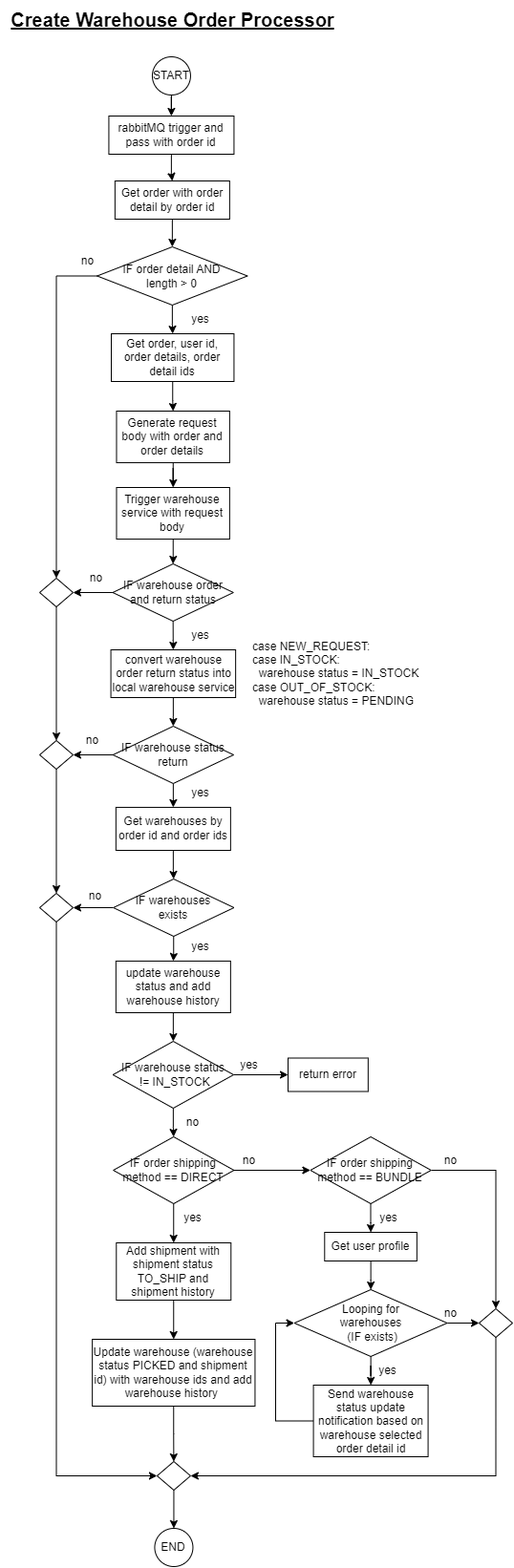
eryanyao/8excite-transition-main keeps this draw.io diagram as batch-service/images/8excite-batch-service - createWasehouseOrderProcessor.drawio.png. Above is the earlier version. Source tidied: cells renumbered, new cells last; positions are measured from the earlier drawing's top-left corner, leaving out a move shared by most shapes. Source of this version:
```xml
<mxGraphModel>
  <root>
    <mxCell id="0" />
    <mxCell id="1" parent="0" />
    <mxCell id="2" value="Create Warehouse Order Processor" style="text;html=1;align=center;verticalAlign=middle;strokeColor=none;fillColor=none;fontStyle=5;fontSize=20;" parent="1" vertex="1">
      <mxGeometry x="-0.1" width="360" height="40" as="geometry" />
    </mxCell>
    <mxCell id="3" style="edgeStyle=orthogonalEdgeStyle;rounded=0;jettySize=auto;html=1;entryX=0.5;entryY=0;entryDx=0;entryDy=0;" parent="1" edge="1" source="4" target="8">
      <mxGeometry relative="1" as="geometry" />
    </mxCell>
    <mxCell id="4" value="rabbitMQ trigger and pass with order id" style="rounded=0;whiteSpace=wrap;html=1;" parent="1" vertex="1">
      <mxGeometry x="113.4" y="121" width="131" height="40" as="geometry" />
    </mxCell>
    <mxCell id="5" style="edgeStyle=orthogonalEdgeStyle;rounded=0;jettySize=auto;html=1;entryX=0.5;entryY=0;entryDx=0;entryDy=0;" parent="1" edge="1" source="6" target="4">
      <mxGeometry relative="1" as="geometry" />
    </mxCell>
    <mxCell id="6" value="START" style="ellipse;whiteSpace=wrap;html=1;" parent="1" vertex="1">
      <mxGeometry x="158.9" y="59" width="40" height="40" as="geometry" />
    </mxCell>
    <mxCell id="7" style="edgeStyle=orthogonalEdgeStyle;rounded=0;jettySize=auto;html=1;" parent="1" edge="1" source="8" target="11">
      <mxGeometry relative="1" as="geometry" />
    </mxCell>
    <mxCell id="8" value="Get order with order detail by order id" style="rounded=0;whiteSpace=wrap;html=1;" parent="1" vertex="1">
      <mxGeometry x="119.9" y="189" width="120" height="40" as="geometry" />
    </mxCell>
    <mxCell id="9" style="edgeStyle=orthogonalEdgeStyle;rounded=0;jettySize=auto;html=1;" parent="1" edge="1" source="11" target="16">
      <mxGeometry relative="1" as="geometry" />
    </mxCell>
    <mxCell id="10" style="edgeStyle=orthogonalEdgeStyle;rounded=0;jettySize=auto;html=1;entryX=0.5;entryY=0;entryDx=0;entryDy=0;" parent="1" edge="1" source="11" target="74">
      <mxGeometry relative="1" as="geometry" />
    </mxCell>
    <mxCell id="11" value="IF order detail AND &lt;br&gt;length &amp;gt; 0" style="rhombus;whiteSpace=wrap;html=1;" parent="1" vertex="1">
      <mxGeometry x="101.2" y="258" width="157.3" height="61" as="geometry" />
    </mxCell>
    <mxCell id="12" value="yes" style="text;html=1;align=center;verticalAlign=middle;strokeColor=none;fillColor=none;" parent="1" vertex="1">
      <mxGeometry x="189.4" y="319" width="40" height="30" as="geometry" />
    </mxCell>
    <mxCell id="13" value="END" style="ellipse;whiteSpace=wrap;html=1;" parent="1" vertex="1">
      <mxGeometry x="161.4" y="1600" width="40" height="40" as="geometry" />
    </mxCell>
    <mxCell id="14" value="no" style="text;html=1;align=center;verticalAlign=middle;strokeColor=none;fillColor=none;" parent="1" vertex="1">
      <mxGeometry x="71" y="258" width="40" height="30" as="geometry" />
    </mxCell>
    <mxCell id="15" style="edgeStyle=orthogonalEdgeStyle;rounded=0;jettySize=auto;html=1;" parent="1" edge="1" source="16" target="18">
      <mxGeometry relative="1" as="geometry" />
    </mxCell>
    <mxCell id="16" value="Get order, user id, order details, order detail ids" style="rounded=0;whiteSpace=wrap;html=1;" parent="1" vertex="1">
      <mxGeometry x="116" y="349" width="128.4" height="50" as="geometry" />
    </mxCell>
    <mxCell id="17" style="edgeStyle=orthogonalEdgeStyle;rounded=0;jettySize=auto;html=1;" parent="1" edge="1" source="18" target="40">
      <mxGeometry relative="1" as="geometry" />
    </mxCell>
    <mxCell id="18" value="Generate request body with order and order details" style="rounded=0;whiteSpace=wrap;html=1;" parent="1" vertex="1">
      <mxGeometry x="121.5" y="430" width="118.4" height="54" as="geometry" />
    </mxCell>
    <mxCell id="19" style="edgeStyle=orthogonalEdgeStyle;rounded=0;jettySize=auto;html=1;exitX=0.5;exitY=1;exitDx=0;exitDy=0;" parent="1" edge="1" source="42" target="21">
      <mxGeometry relative="1" as="geometry" />
    </mxCell>
    <mxCell id="20" style="edgeStyle=orthogonalEdgeStyle;rounded=0;jettySize=auto;html=1;" parent="1" edge="1" source="21" target="25">
      <mxGeometry relative="1" as="geometry" />
    </mxCell>
    <mxCell id="21" value="convert warehouse order return status into local warehouse service" style="rounded=0;whiteSpace=wrap;html=1;" parent="1" vertex="1">
      <mxGeometry x="115.6" y="680" width="130.6" height="50" as="geometry" />
    </mxCell>
    <mxCell id="22" value="yes" style="text;html=1;align=center;verticalAlign=middle;strokeColor=none;fillColor=none;" parent="1" vertex="1">
      <mxGeometry x="189.4" y="650" width="40" height="30" as="geometry" />
    </mxCell>
    <mxCell id="23" style="edgeStyle=orthogonalEdgeStyle;rounded=0;jettySize=auto;html=1;" parent="1" edge="1" source="25" target="27">
      <mxGeometry relative="1" as="geometry" />
    </mxCell>
    <mxCell id="24" style="edgeStyle=orthogonalEdgeStyle;rounded=0;jettySize=auto;html=1;" parent="1" edge="1" source="25" target="77">
      <mxGeometry relative="1" as="geometry" />
    </mxCell>
    <mxCell id="25" value="IF warehouse status return" style="rhombus;whiteSpace=wrap;html=1;" parent="1" vertex="1">
      <mxGeometry x="117.7" y="760" width="126.3" height="60" as="geometry" />
    </mxCell>
    <mxCell id="26" style="edgeStyle=orthogonalEdgeStyle;rounded=0;jettySize=auto;html=1;" parent="1" edge="1" source="27" target="31">
      <mxGeometry relative="1" as="geometry" />
    </mxCell>
    <mxCell id="27" value="Get warehouses by order id and order ids" style="whiteSpace=wrap;html=1;" parent="1" vertex="1">
      <mxGeometry x="120.9" y="845" width="120" height="45" as="geometry" />
    </mxCell>
    <mxCell id="28" value="yes" style="text;html=1;align=center;verticalAlign=middle;strokeColor=none;fillColor=none;" parent="1" vertex="1">
      <mxGeometry x="189.4" y="814.9" width="40" height="30" as="geometry" />
    </mxCell>
    <mxCell id="29" style="edgeStyle=orthogonalEdgeStyle;rounded=0;jettySize=auto;html=1;" parent="1" edge="1" source="31" target="33">
      <mxGeometry relative="1" as="geometry" />
    </mxCell>
    <mxCell id="30" style="edgeStyle=orthogonalEdgeStyle;rounded=0;jettySize=auto;html=1;" parent="1" edge="1" source="31" target="80">
      <mxGeometry relative="1" as="geometry" />
    </mxCell>
    <mxCell id="31" value="IF warehouses &lt;br&gt;exists" style="rhombus;whiteSpace=wrap;html=1;" parent="1" vertex="1">
      <mxGeometry x="118.1" y="920" width="126.3" height="60" as="geometry" />
    </mxCell>
    <mxCell id="32" style="edgeStyle=orthogonalEdgeStyle;rounded=0;jettySize=auto;html=1;" parent="1" edge="1" source="33" target="36">
      <mxGeometry relative="1" as="geometry" />
    </mxCell>
    <mxCell id="33" value="update warehouse status and add warehouse history" style="whiteSpace=wrap;html=1;rounded=0;" parent="1" vertex="1">
      <mxGeometry x="120.8" y="1006" width="120" height="54" as="geometry" />
    </mxCell>
    <mxCell id="34" style="edgeStyle=orthogonalEdgeStyle;rounded=0;jettySize=auto;html=1;" parent="1" edge="1" source="36" target="45">
      <mxGeometry relative="1" as="geometry" />
    </mxCell>
    <mxCell id="35" style="edgeStyle=orthogonalEdgeStyle;rounded=0;jettySize=auto;html=1;" parent="1" edge="1" source="36" target="48">
      <mxGeometry relative="1" as="geometry" />
    </mxCell>
    <mxCell id="36" value="IF warehouse status&lt;br&gt;&amp;nbsp;!= IN_STOCK" style="rhombus;whiteSpace=wrap;html=1;" parent="1" vertex="1">
      <mxGeometry x="117.7" y="1090" width="126.3" height="70" as="geometry" />
    </mxCell>
    <mxCell id="37" value="yes" style="text;html=1;align=center;verticalAlign=middle;strokeColor=none;fillColor=none;" parent="1" vertex="1">
      <mxGeometry x="239.9" y="1100" width="40" height="30" as="geometry" />
    </mxCell>
    <mxCell id="38" value="no" style="text;html=1;align=center;verticalAlign=middle;strokeColor=none;fillColor=none;" parent="1" vertex="1">
      <mxGeometry x="181" y="1160" width="40" height="30" as="geometry" />
    </mxCell>
    <mxCell id="39" style="edgeStyle=orthogonalEdgeStyle;rounded=0;jettySize=auto;html=1;" parent="1" edge="1" source="40" target="42">
      <mxGeometry relative="1" as="geometry" />
    </mxCell>
    <mxCell id="40" value="Trigger warehouse service with request body" style="rounded=0;whiteSpace=wrap;html=1;" parent="1" vertex="1">
      <mxGeometry x="121.5" y="510" width="118.4" height="54" as="geometry" />
    </mxCell>
    <mxCell id="41" style="edgeStyle=orthogonalEdgeStyle;rounded=0;jettySize=auto;html=1;entryX=1;entryY=0.5;entryDx=0;entryDy=0;" parent="1" edge="1" source="42" target="74">
      <mxGeometry relative="1" as="geometry" />
    </mxCell>
    <mxCell id="42" value="IF warehouse order and return status" style="rhombus;whiteSpace=wrap;html=1;" parent="1" vertex="1">
      <mxGeometry x="117.5" y="590" width="126.3" height="60" as="geometry" />
    </mxCell>
    <mxCell id="43" value="case NEW_REQUEST:&lt;br&gt;case IN_STOCK:&lt;br&gt;&amp;nbsp; warehouse status = IN_STOCK&lt;br&gt;case OUT_OF_STOCK:&lt;br&gt;&amp;nbsp; warehouse status = PENDING" style="text;html=1;align=left;verticalAlign=middle;strokeColor=none;fillColor=none;" parent="1" vertex="1">
      <mxGeometry x="262.3" y="660" width="200" height="90" as="geometry" />
    </mxCell>
    <mxCell id="44" value="yes" style="text;html=1;align=center;verticalAlign=middle;strokeColor=none;fillColor=none;" parent="1" vertex="1">
      <mxGeometry x="189.4" y="975.9" width="40" height="30" as="geometry" />
    </mxCell>
    <mxCell id="45" value="return error" style="whiteSpace=wrap;html=1;" parent="1" vertex="1">
      <mxGeometry x="301" y="1107.5" width="83.8" height="35" as="geometry" />
    </mxCell>
    <mxCell id="46" style="edgeStyle=orthogonalEdgeStyle;rounded=0;jettySize=auto;html=1;" parent="1" edge="1" source="48" target="50">
      <mxGeometry relative="1" as="geometry" />
    </mxCell>
    <mxCell id="47" style="edgeStyle=orthogonalEdgeStyle;rounded=0;jettySize=auto;html=1;" parent="1" edge="1" source="48" target="56">
      <mxGeometry relative="1" as="geometry" />
    </mxCell>
    <mxCell id="48" value="IF order shipping method == DIRECT" style="rhombus;whiteSpace=wrap;html=1;" parent="1" vertex="1">
      <mxGeometry x="118.1" y="1190" width="126.3" height="70" as="geometry" />
    </mxCell>
    <mxCell id="49" style="edgeStyle=orthogonalEdgeStyle;rounded=0;jettySize=auto;html=1;" parent="1" edge="1" source="50" target="53">
      <mxGeometry relative="1" as="geometry" />
    </mxCell>
    <mxCell id="50" value="Add shipment with shipment status TO_SHIP and shipment history" style="whiteSpace=wrap;html=1;" parent="1" vertex="1">
      <mxGeometry x="121.3" y="1301" width="120" height="60" as="geometry" />
    </mxCell>
    <mxCell id="51" value="yes" style="text;html=1;align=center;verticalAlign=middle;strokeColor=none;fillColor=none;" parent="1" vertex="1">
      <mxGeometry x="181" y="1260" width="40" height="30" as="geometry" />
    </mxCell>
    <mxCell id="52" style="edgeStyle=orthogonalEdgeStyle;rounded=0;jettySize=auto;html=1;" parent="1" edge="1" source="53" target="72">
      <mxGeometry relative="1" as="geometry" />
    </mxCell>
    <mxCell id="53" value="Update warehouse (warehouse status PICKED and shipment id) with warehouse ids and add warehouse history&amp;nbsp;" style="whiteSpace=wrap;html=1;" parent="1" vertex="1">
      <mxGeometry x="96.1" y="1402" width="170.3" height="70" as="geometry" />
    </mxCell>
    <mxCell id="54" style="edgeStyle=orthogonalEdgeStyle;rounded=0;jettySize=auto;html=1;" parent="1" edge="1" source="56" target="58">
      <mxGeometry relative="1" as="geometry" />
    </mxCell>
    <mxCell id="55" style="edgeStyle=orthogonalEdgeStyle;rounded=0;jettySize=auto;html=1;entryX=0.5;entryY=0;entryDx=0;entryDy=0;" parent="1" edge="1" source="56" target="68">
      <mxGeometry relative="1" as="geometry" />
    </mxCell>
    <mxCell id="56" value="IF order shipping method == BUNDLE" style="rhombus;whiteSpace=wrap;html=1;" parent="1" vertex="1">
      <mxGeometry x="324.4" y="1190" width="126.3" height="70" as="geometry" />
    </mxCell>
    <mxCell id="57" style="edgeStyle=orthogonalEdgeStyle;rounded=0;jettySize=auto;html=1;" parent="1" edge="1" source="58" target="63">
      <mxGeometry relative="1" as="geometry" />
    </mxCell>
    <mxCell id="58" value="Get user profile" style="whiteSpace=wrap;html=1;" parent="1" vertex="1">
      <mxGeometry x="339.3" y="1290" width="96.6" height="30" as="geometry" />
    </mxCell>
    <mxCell id="59" value="yes" style="text;html=1;align=center;verticalAlign=middle;strokeColor=none;fillColor=none;" parent="1" vertex="1">
      <mxGeometry x="386" y="1260" width="40" height="30" as="geometry" />
    </mxCell>
    <mxCell id="60" value="no" style="text;html=1;align=center;verticalAlign=middle;strokeColor=none;fillColor=none;" parent="1" vertex="1">
      <mxGeometry x="239.9" y="1200" width="40" height="30" as="geometry" />
    </mxCell>
    <mxCell id="61" style="edgeStyle=orthogonalEdgeStyle;rounded=0;jettySize=auto;html=1;" parent="1" edge="1" source="63" target="65">
      <mxGeometry relative="1" as="geometry" />
    </mxCell>
    <mxCell id="62" style="edgeStyle=orthogonalEdgeStyle;rounded=0;jettySize=auto;html=1;" parent="1" edge="1" source="63" target="68">
      <mxGeometry relative="1" as="geometry" />
    </mxCell>
    <mxCell id="63" value="Looping for &lt;br&gt;warehouses&lt;br&gt;&amp;nbsp;(IF exists)" style="rhombus;whiteSpace=wrap;html=1;rounded=0;" parent="1" vertex="1">
      <mxGeometry x="307.6" y="1350" width="159.9" height="70" as="geometry" />
    </mxCell>
    <mxCell id="64" style="edgeStyle=orthogonalEdgeStyle;rounded=0;jettySize=auto;html=1;entryX=0;entryY=0.5;entryDx=0;entryDy=0;" parent="1" edge="1" source="65" target="63">
      <mxGeometry relative="1" as="geometry">
        <Array as="points">
          <mxPoint x="288" y="1488" />
          <mxPoint x="288" y="1385" />
        </Array>
      </mxGeometry>
    </mxCell>
    <mxCell id="65" value="Send warehouse status update notification based on warehouse selected order detail id" style="whiteSpace=wrap;html=1;rounded=0;" parent="1" vertex="1">
      <mxGeometry x="327.6" y="1450" width="120" height="75" as="geometry" />
    </mxCell>
    <mxCell id="66" value="yes" style="text;html=1;align=center;verticalAlign=middle;strokeColor=none;fillColor=none;" parent="1" vertex="1">
      <mxGeometry x="384.8" y="1420" width="40" height="30" as="geometry" />
    </mxCell>
    <mxCell id="67" style="edgeStyle=orthogonalEdgeStyle;rounded=0;jettySize=auto;html=1;entryX=1;entryY=0.5;entryDx=0;entryDy=0;" parent="1" edge="1" source="68" target="72">
      <mxGeometry relative="1" as="geometry">
        <Array as="points">
          <mxPoint x="519" y="1545" />
        </Array>
      </mxGeometry>
    </mxCell>
    <mxCell id="68" value="&lt;span style=&quot;color: rgba(0, 0, 0, 0); font-family: monospace; font-size: 0px; text-align: start;&quot;&gt;%3CmxGraphModel%3E%3Croot%3E%3CmxCell%20id%3D%220%22%2F%3E%3CmxCell%20id%3D%221%22%20parent%3D%220%22%2F%3E%3CmxCell%20id%3D%222%22%20value%3D%22%22%20style%3D%22rhombus%3BwhiteSpace%3Dwrap%3Bhtml%3D1%3Brounded%3D0%3B%22%20vertex%3D%221%22%20parent%3D%221%22%3E%3CmxGeometry%20x%3D%222693.43%22%20y%3D%22-310%22%20width%3D%2235%22%20height%3D%2230%22%20as%3D%22geometry%22%2F%3E%3C%2FmxCell%3E%3C%2Froot%3E%3C%2FmxGraphModel%3E&lt;/span&gt;" style="rhombus;whiteSpace=wrap;html=1;rounded=0;" parent="1" vertex="1">
      <mxGeometry x="501" y="1370" width="35" height="30" as="geometry" />
    </mxCell>
    <mxCell id="69" value="no" style="text;html=1;align=center;verticalAlign=middle;strokeColor=none;fillColor=none;" parent="1" vertex="1">
      <mxGeometry x="450.7" y="1360" width="40" height="30" as="geometry" />
    </mxCell>
    <mxCell id="70" value="no" style="text;html=1;align=center;verticalAlign=middle;strokeColor=none;fillColor=none;" parent="1" vertex="1">
      <mxGeometry x="450.7" y="1200" width="40" height="30" as="geometry" />
    </mxCell>
    <mxCell id="71" style="edgeStyle=orthogonalEdgeStyle;rounded=0;jettySize=auto;html=1;" parent="1" edge="1" source="72" target="13">
      <mxGeometry relative="1" as="geometry" />
    </mxCell>
    <mxCell id="72" value="&lt;span style=&quot;color: rgba(0, 0, 0, 0); font-family: monospace; font-size: 0px; text-align: start;&quot;&gt;%3CmxGraphModel%3E%3Croot%3E%3CmxCell%20id%3D%220%22%2F%3E%3CmxCell%20id%3D%221%22%20parent%3D%220%22%2F%3E%3CmxCell%20id%3D%222%22%20value%3D%22%22%20style%3D%22rhombus%3BwhiteSpace%3Dwrap%3Bhtml%3D1%3Brounded%3D0%3B%22%20vertex%3D%221%22%20parent%3D%221%22%3E%3CmxGeometry%20x%3D%222693.43%22%20y%3D%22-310%22%20width%3D%2235%22%20height%3D%2230%22%20as%3D%22geometry%22%2F%3E%3C%2FmxCell%3E%3C%2Froot%3E%3C%2FmxGraphModel%3E&lt;/span&gt;" style="rhombus;whiteSpace=wrap;html=1;rounded=0;" parent="1" vertex="1">
      <mxGeometry x="163.9" y="1530" width="35" height="30" as="geometry" />
    </mxCell>
    <mxCell id="73" style="edgeStyle=orthogonalEdgeStyle;rounded=0;jettySize=auto;html=1;" parent="1" edge="1" source="74" target="77">
      <mxGeometry relative="1" as="geometry" />
    </mxCell>
    <mxCell id="74" value="&lt;span style=&quot;color: rgba(0, 0, 0, 0); font-family: monospace; font-size: 0px; text-align: start;&quot;&gt;%3CmxGraphModel%3E%3Croot%3E%3CmxCell%20id%3D%220%22%2F%3E%3CmxCell%20id%3D%221%22%20parent%3D%220%22%2F%3E%3CmxCell%20id%3D%222%22%20value%3D%22%22%20style%3D%22rhombus%3BwhiteSpace%3Dwrap%3Bhtml%3D1%3Brounded%3D0%3B%22%20vertex%3D%221%22%20parent%3D%221%22%3E%3CmxGeometry%20x%3D%222693.43%22%20y%3D%22-310%22%20width%3D%2235%22%20height%3D%2230%22%20as%3D%22geometry%22%2F%3E%3C%2FmxCell%3E%3C%2Froot%3E%3C%2FmxGraphModel%3E&lt;/span&gt;" style="rhombus;whiteSpace=wrap;html=1;rounded=0;" parent="1" vertex="1">
      <mxGeometry x="41" y="605" width="35" height="30" as="geometry" />
    </mxCell>
    <mxCell id="75" value="no" style="text;html=1;align=center;verticalAlign=middle;strokeColor=none;fillColor=none;" parent="1" vertex="1">
      <mxGeometry x="79.9" y="590" width="40" height="30" as="geometry" />
    </mxCell>
    <mxCell id="76" style="edgeStyle=orthogonalEdgeStyle;rounded=0;jettySize=auto;html=1;" parent="1" edge="1" source="77" target="80">
      <mxGeometry relative="1" as="geometry" />
    </mxCell>
    <mxCell id="77" value="&lt;span style=&quot;color: rgba(0, 0, 0, 0); font-family: monospace; font-size: 0px; text-align: start;&quot;&gt;%3CmxGraphModel%3E%3Croot%3E%3CmxCell%20id%3D%220%22%2F%3E%3CmxCell%20id%3D%221%22%20parent%3D%220%22%2F%3E%3CmxCell%20id%3D%222%22%20value%3D%22%22%20style%3D%22rhombus%3BwhiteSpace%3Dwrap%3Bhtml%3D1%3Brounded%3D0%3B%22%20vertex%3D%221%22%20parent%3D%221%22%3E%3CmxGeometry%20x%3D%222693.43%22%20y%3D%22-310%22%20width%3D%2235%22%20height%3D%2230%22%20as%3D%22geometry%22%2F%3E%3C%2FmxCell%3E%3C%2Froot%3E%3C%2FmxGraphModel%3E&lt;/span&gt;" style="rhombus;whiteSpace=wrap;html=1;rounded=0;" parent="1" vertex="1">
      <mxGeometry x="41" y="775" width="35" height="30" as="geometry" />
    </mxCell>
    <mxCell id="78" value="no" style="text;html=1;align=center;verticalAlign=middle;strokeColor=none;fillColor=none;" parent="1" vertex="1">
      <mxGeometry x="75.6" y="760" width="40" height="30" as="geometry" />
    </mxCell>
    <mxCell id="79" style="edgeStyle=orthogonalEdgeStyle;rounded=0;jettySize=auto;html=1;entryX=0;entryY=0.5;entryDx=0;entryDy=0;" parent="1" edge="1" source="80" target="72">
      <mxGeometry relative="1" as="geometry">
        <Array as="points">
          <mxPoint x="59" y="1545" />
        </Array>
      </mxGeometry>
    </mxCell>
    <mxCell id="80" value="&lt;span style=&quot;color: rgba(0, 0, 0, 0); font-family: monospace; font-size: 0px; text-align: start;&quot;&gt;%3CmxGraphModel%3E%3Croot%3E%3CmxCell%20id%3D%220%22%2F%3E%3CmxCell%20id%3D%221%22%20parent%3D%220%22%2F%3E%3CmxCell%20id%3D%222%22%20value%3D%22%22%20style%3D%22rhombus%3BwhiteSpace%3Dwrap%3Bhtml%3D1%3Brounded%3D0%3B%22%20vertex%3D%221%22%20parent%3D%221%22%3E%3CmxGeometry%20x%3D%222693.43%22%20y%3D%22-310%22%20width%3D%2235%22%20height%3D%2230%22%20as%3D%22geometry%22%2F%3E%3C%2FmxCell%3E%3C%2Froot%3E%3C%2FmxGraphModel%3E&lt;/span&gt;" style="rhombus;whiteSpace=wrap;html=1;rounded=0;" parent="1" vertex="1">
      <mxGeometry x="41" y="935" width="35" height="30" as="geometry" />
    </mxCell>
    <mxCell id="81" value="no" style="text;html=1;align=center;verticalAlign=middle;strokeColor=none;fillColor=none;" parent="1" vertex="1">
      <mxGeometry x="79.5" y="923" width="40" height="30" as="geometry" />
    </mxCell>
  </root>
</mxGraphModel>
```
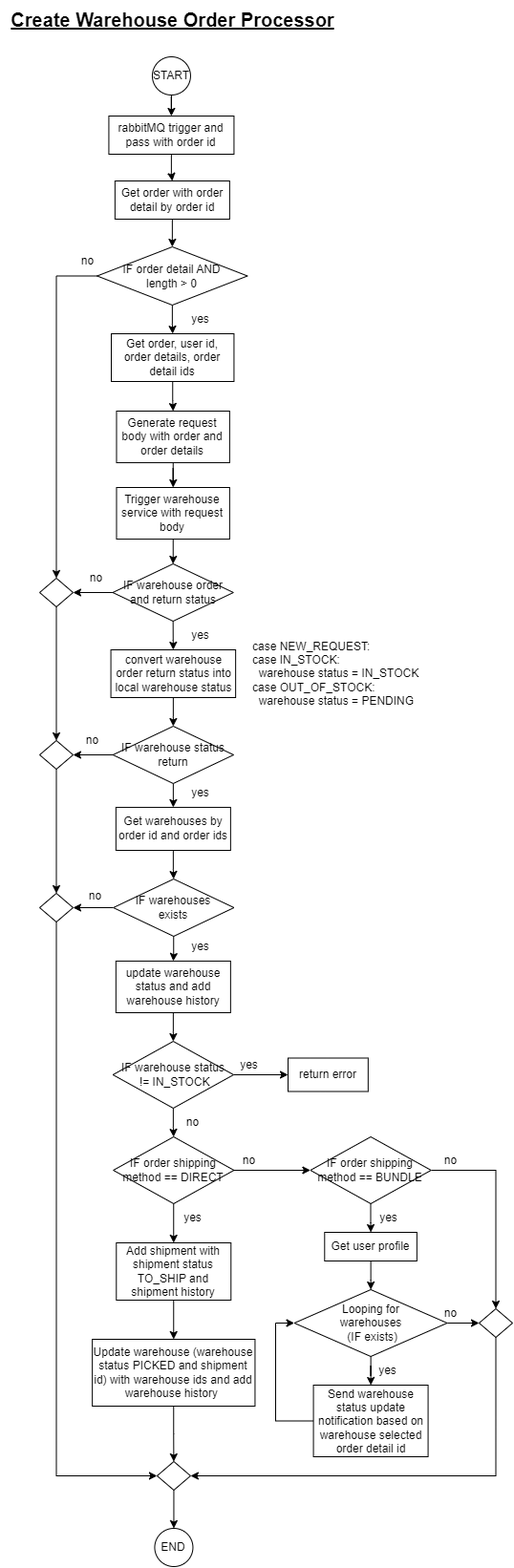
Above is the later version.

Commit message:
Updated: create warehouse bundle shipment processor and create warehouse order processor

The edit, as a diff of the source:
```diff
@@ -59,7 +59,7 @@
     <mxCell id="20" style="edgeStyle=orthogonalEdgeStyle;rounded=0;jettySize=auto;html=1;" parent="1" edge="1" source="21" target="25">
       <mxGeometry relative="1" as="geometry" />
     </mxCell>
-    <mxCell id="21" value="convert warehouse order return status into local warehouse service" style="rounded=0;whiteSpace=wrap;html=1;" parent="1" vertex="1">
+    <mxCell id="21" value="convert warehouse order return status into local warehouse status" style="rounded=0;whiteSpace=wrap;html=1;" parent="1" vertex="1">
       <mxGeometry x="115.6" y="680" width="130.6" height="50" as="geometry" />
     </mxCell>
     <mxCell id="22" value="yes" style="text;html=1;align=center;verticalAlign=middle;strokeColor=none;fillColor=none;" parent="1" vertex="1">
```
